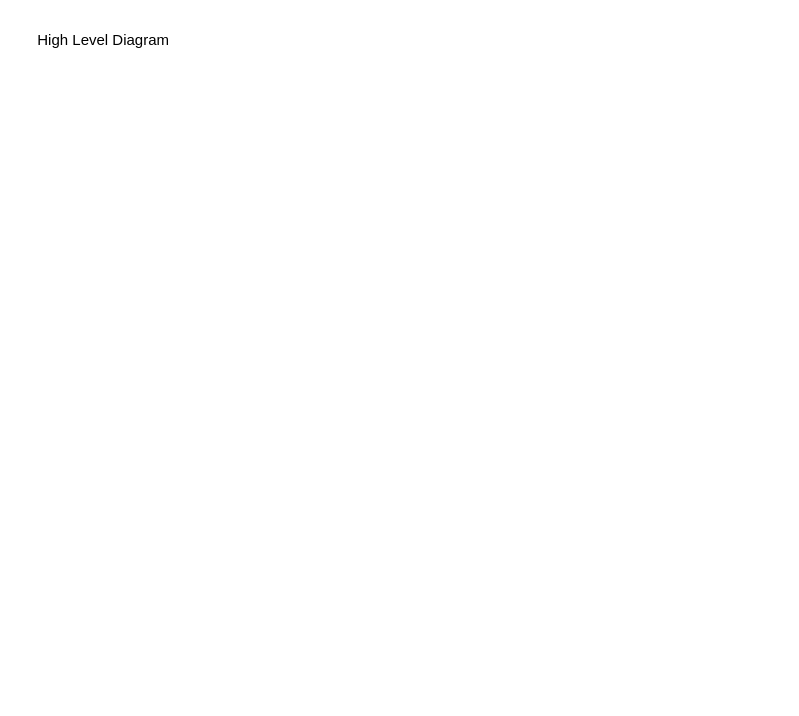
Earlier version of the draw.io diagram backend/src/main/resources/Diagram.drawio (tathienbao/Backend-BookReview). Source tidied: cells renumbered, new cells numbered last; positions are measured from the earlier drawing's top-left corner, leaving out a move shared by most shapes. Both pictures are drawn from the tidied source at 125%, with x=0, y=0 at pixel (21, 21).
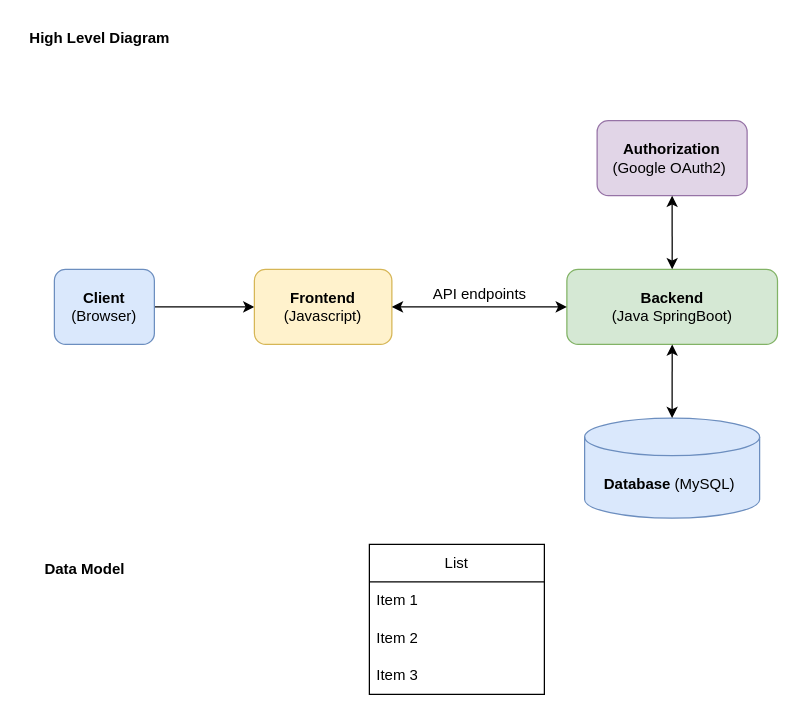
After the change.

Commit message:
Cập nhật Diagram.drawio

The edit, as a diff of the source:
```diff
@@
 <mxGraphModel>
   <root>
     <mxCell id="0" />
     <mxCell id="1" parent="0" />
-    <mxCell id="2" value="High Level Diagram" style="text;html=1;align=center;verticalAlign=middle;strokeColor=none;fillColor=none;" parent="1" vertex="1">
-      <mxGeometry width="130" height="30" as="geometry" />
+    <mxCell id="2" value="High Level Diagram" style="text;html=1;align=center;verticalAlign=middle;strokeColor=none;fillColor=none;fontStyle=1;" parent="1" vertex="1">
+      <mxGeometry width="123" height="26" as="geometry" />
     </mxCell>
+    <mxCell id="3" style="edgeStyle=orthogonalEdgeStyle;rounded=0;jettySize=auto;html=1;" parent="1" edge="1" source="4" target="5">
+      <mxGeometry relative="1" as="geometry" />
+    </mxCell>
+    <mxCell id="4" value="&lt;b&gt;Client &lt;/b&gt;(Browser)" style="rounded=1;whiteSpace=wrap;html=1;fillColor=#dae8fc;strokeColor=#6c8ebf;" parent="1" vertex="1">
+      <mxGeometry x="26" y="198" width="80" height="60" as="geometry" />
+    </mxCell>
+    <mxCell id="5" value="&lt;b&gt;Frontend &lt;/b&gt;(Javascript)" style="whiteSpace=wrap;html=1;rounded=1;fillColor=#fff2cc;strokeColor=#d6b656;" parent="1" vertex="1">
+      <mxGeometry x="186" y="198" width="110" height="60" as="geometry" />
+    </mxCell>
+    <mxCell id="6" value="&lt;b&gt;Backend&lt;br&gt;&lt;/b&gt;(Java SpringBoot)" style="whiteSpace=wrap;html=1;rounded=1;fillColor=#d5e8d4;strokeColor=#82b366;" parent="1" vertex="1">
+      <mxGeometry x="436" y="198" width="168.5" height="60" as="geometry" />
+    </mxCell>
+    <mxCell id="7" value="&lt;div&gt;&lt;b&gt;&lt;span class=&quot;hljs-keyword&quot;&gt;Authorization&lt;/span&gt;&lt;br&gt;&lt;/b&gt;&lt;/div&gt;(Google OAuth2)&amp;nbsp;" style="whiteSpace=wrap;html=1;rounded=1;fillColor=#e1d5e7;strokeColor=#9673a6;" parent="1" vertex="1">
+      <mxGeometry x="460.2" y="79" width="120" height="60" as="geometry" />
+    </mxCell>
+    <mxCell id="8" value="&lt;div&gt;&lt;br&gt;&lt;b&gt;Database&amp;nbsp;&lt;/b&gt;(MySQL)&amp;nbsp;&lt;div&gt;&lt;br&gt;&lt;/div&gt;&lt;/div&gt;" style="shape=cylinder3;whiteSpace=wrap;html=1;boundedLbl=1;backgroundOutline=1;size=15;fillColor=#dae8fc;strokeColor=#6c8ebf;" parent="1" vertex="1">
+      <mxGeometry x="450.2" y="317" width="140" height="80" as="geometry" />
+    </mxCell>
+    <mxCell id="9" value="API endpoints" style="text;html=1;align=center;verticalAlign=middle;strokeColor=none;fillColor=none;" parent="1" vertex="1">
+      <mxGeometry x="316" y="203" width="100" height="30" as="geometry" />
+    </mxCell>
+    <mxCell id="10" style="endArrow=classic;startArrow=classic;html=1;rounded=0;entryX=0.5;entryY=1;entryDx=0;entryDy=0;exitX=0.5;exitY=0;exitDx=0;exitDy=0;" parent="1" edge="1" source="6" target="7">
+      <mxGeometry relative="1" as="geometry" />
+    </mxCell>
+    <mxCell id="11" style="endArrow=classic;startArrow=classic;html=1;rounded=0;exitX=1;exitY=0.5;exitDx=0;exitDy=0;" parent="1" edge="1" source="5" target="6">
+      <mxGeometry relative="1" as="geometry" />
+    </mxCell>
+    <mxCell id="12" style="endArrow=classic;startArrow=classic;html=1;rounded=0;exitX=0.5;exitY=0;exitDx=0;exitDy=0;exitPerimeter=0;entryX=0.5;entryY=1;entryDx=0;entryDy=0;" parent="1" edge="1" source="8" target="6">
+      <mxGeometry relative="1" as="geometry" />
+    </mxCell>
+    <mxCell id="13" value="Data Model" style="text;html=1;align=center;verticalAlign=middle;strokeColor=none;fillColor=none;fontStyle=1;" parent="1" vertex="1">
+      <mxGeometry x="10" y="425" width="79" height="26" as="geometry" />
+    </mxCell>
+    <mxCell id="14" value="List" style="swimlane;fontStyle=0;horizontal=1;startSize=30;whiteSpace=wrap;html=1;" parent="1" vertex="1">
+      <mxGeometry x="278" y="418" width="140" height="120" as="geometry" />
+    </mxCell>
+    <mxCell id="15" value="Item 1" style="text;strokeColor=none;fillColor=none;align=left;verticalAlign=middle;spacingLeft=4;spacingRight=4;overflow=hidden;whiteSpace=wrap;html=1;" parent="14" vertex="1">
+      <mxGeometry y="30" width="140" height="30" as="geometry" />
+    </mxCell>
+    <mxCell id="16" value="Item 2" style="text;strokeColor=none;fillColor=none;align=left;verticalAlign=middle;spacingLeft=4;spacingRight=4;overflow=hidden;whiteSpace=wrap;html=1;" parent="14" vertex="1">
+      <mxGeometry y="60" width="140" height="30" as="geometry" />
+    </mxCell>
+    <mxCell id="17" value="Item 3" style="text;strokeColor=none;fillColor=none;align=left;verticalAlign=middle;spacingLeft=4;spacingRight=4;overflow=hidden;whiteSpace=wrap;html=1;" parent="14" vertex="1">
+      <mxGeometry y="90" width="140" height="30" as="geometry" />
+    </mxCell>
   </root>
 </mxGraphModel>
```
